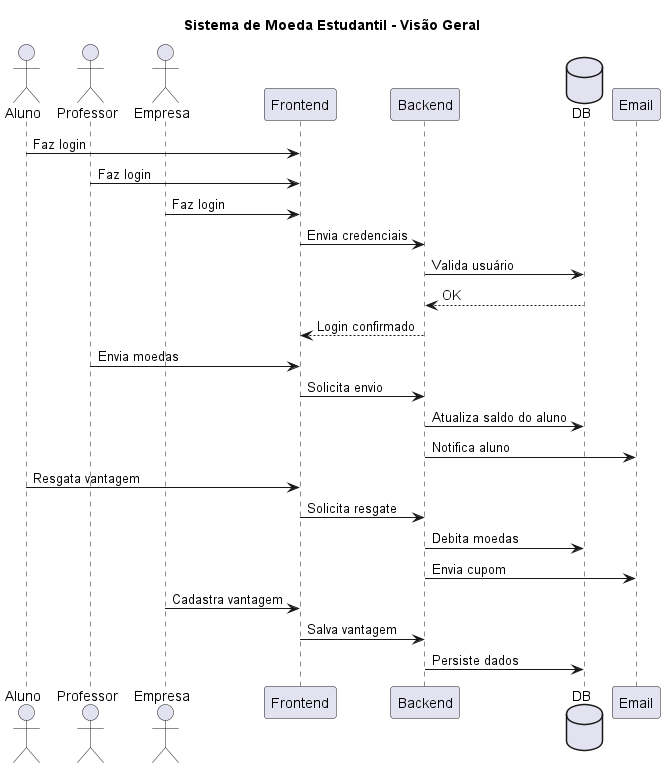
This is docs/sequence-diagrams/DiagramaGeral.png from jjoaom/PS-PUCMG-StudentCoin, a PlantUML export, as it was before one commit.
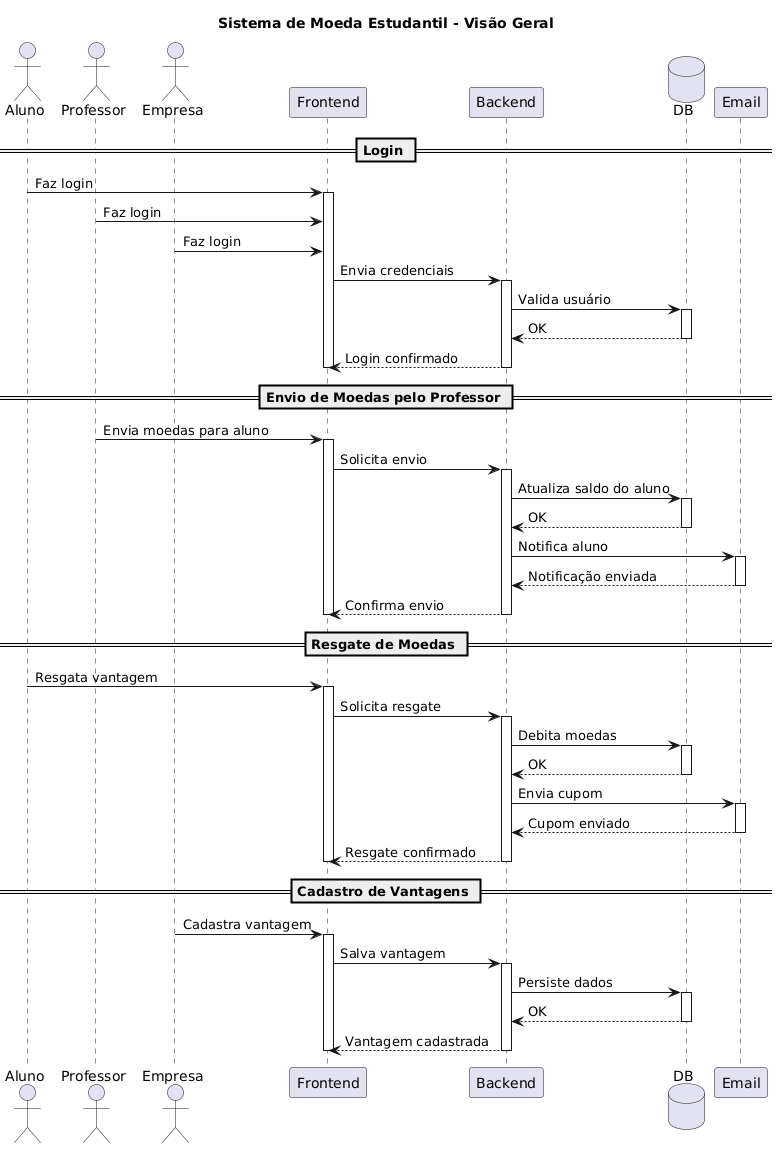
After the change.

Diff of the diagram source:
```diff
@@ -11,27 +11,87 @@
 participant Email
 
 
+== Login ==
+
+
 Aluno -> Frontend: Faz login
+activate Frontend
 Professor -> Frontend: Faz login
 Empresa -> Frontend: Faz login
+
 Frontend -> Backend: Envia credenciais
+activate Backend
+
 Backend -> DB: Valida usuário
+activate DB
 DB --> Backend: OK
+deactivate DB
+
 Backend --> Frontend: Login confirmado
+deactivate Backend
+deactivate Frontend
 
 
-Professor -> Frontend: Envia moedas
+== Envio de Moedas pelo Professor ==
+
+Professor -> Frontend: Envia moedas para aluno
+activate Frontend
+
 Frontend -> Backend: Solicita envio
+activate Backend
+
 Backend -> DB: Atualiza saldo do aluno
+activate DB
+DB --> Backend: OK
+deactivate DB
+
 Backend -> Email: Notifica aluno
+activate Email
+Email --> Backend: Notificação enviada
+deactivate Email
+
+Backend --> Frontend: Confirma envio
+deactivate Backend
+deactivate Frontend
+
+
+== Resgate de Moedas ==
 
 Aluno -> Frontend: Resgata vantagem
+activate Frontend
+
 Frontend -> Backend: Solicita resgate
+activate Backend
+
 Backend -> DB: Debita moedas
+activate DB
+DB --> Backend: OK
+deactivate DB
+
 Backend -> Email: Envia cupom
+activate Email
+Email --> Backend: Cupom enviado
+deactivate Email
+
+Backend --> Frontend: Resgate confirmado
+deactivate Backend
+deactivate Frontend
+
+
+== Cadastro de Vantagens ==
 
 Empresa -> Frontend: Cadastra vantagem
+activate Frontend
+
 Frontend -> Backend: Salva vantagem
+activate Backend
+
 Backend -> DB: Persiste dados
+activate DB
+DB --> Backend: OK
+deactivate DB
 
+Backend --> Frontend: Vantagem cadastrada
+deactivate Backend
+deactivate Frontend
 @enduml
```
